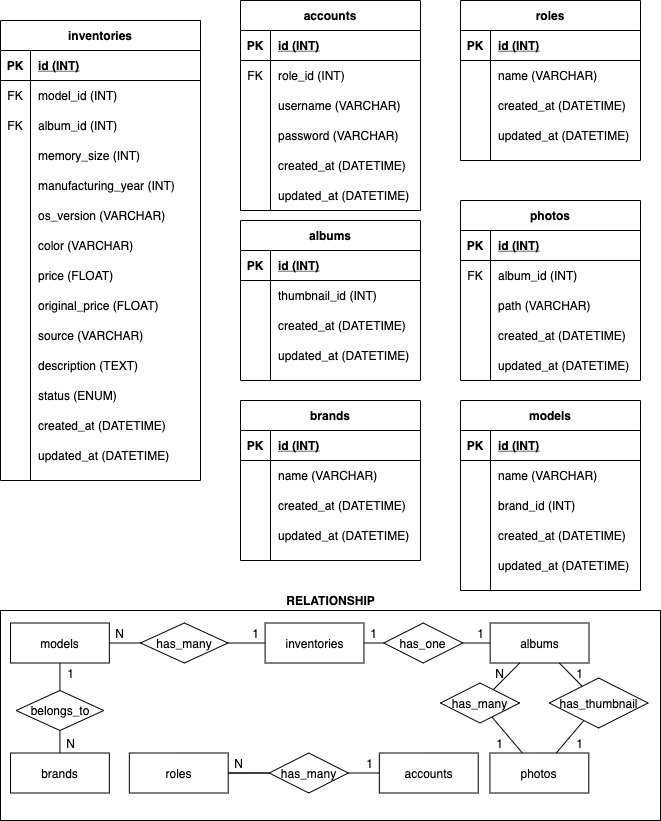
Above: dbdesign/phone_shop_DB.png in ysoseriouz/phone_shop (draw.io), before the change. Source tidied: cells renumbered, new cells last; positions are measured from the earlier drawing's top-left corner, leaving out a move shared by most shapes.
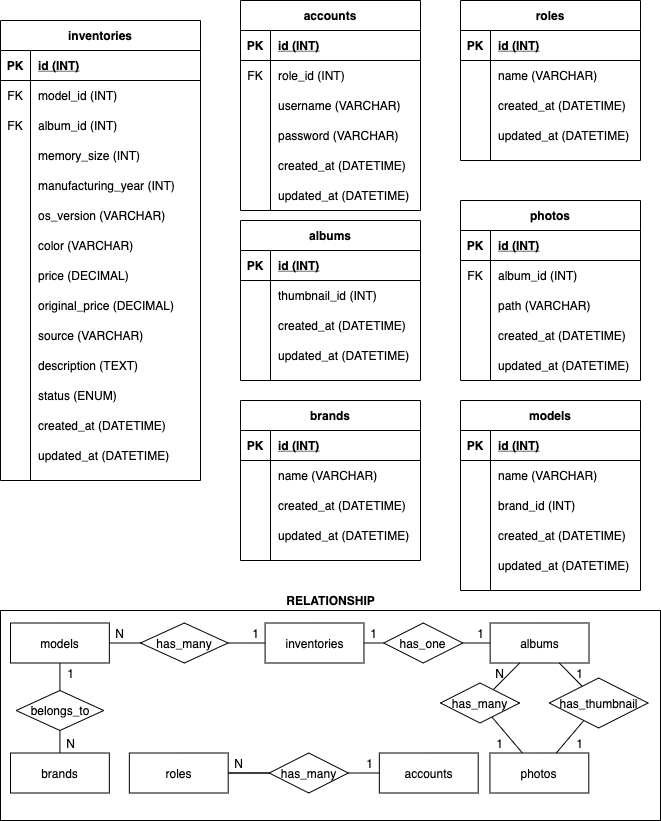
After the change.

Commit message:
Change price to decimal, better than float

The edit, as a diff of the source:
```diff
@@ -284,7 +284,7 @@
     <mxCell id="95" style="shape=partialRectangle;fillColor=none;top=0;left=0;bottom=0;right=0;overflow=hidden;" parent="94" vertex="1">
       <mxGeometry width="30" height="30" as="geometry" />
     </mxCell>
-    <mxCell id="96" value="price (FLOAT)" style="shape=partialRectangle;fillColor=none;top=0;left=0;bottom=0;right=0;align=left;spacingLeft=6;overflow=hidden;" parent="94" vertex="1">
+    <mxCell id="96" value="price (DECIMAL)" style="shape=partialRectangle;fillColor=none;top=0;left=0;bottom=0;right=0;align=left;spacingLeft=6;overflow=hidden;" parent="94" vertex="1">
       <mxGeometry x="30" width="170" height="30" as="geometry" />
     </mxCell>
     <mxCell id="97" style="shape=partialRectangle;fillColor=none;top=0;left=0;bottom=0;right=0;" parent="72" vertex="1">
@@ -293,7 +293,7 @@
     <mxCell id="98" style="shape=partialRectangle;fillColor=none;top=0;left=0;bottom=0;right=0;overflow=hidden;" parent="97" vertex="1">
       <mxGeometry width="30" height="30" as="geometry" />
     </mxCell>
-    <mxCell id="99" value="original_price (FLOAT)" style="shape=partialRectangle;fillColor=none;top=0;left=0;bottom=0;right=0;align=left;spacingLeft=6;overflow=hidden;" parent="97" vertex="1">
+    <mxCell id="99" value="original_price (DECIMAL)" style="shape=partialRectangle;fillColor=none;top=0;left=0;bottom=0;right=0;align=left;spacingLeft=6;overflow=hidden;" parent="97" vertex="1">
       <mxGeometry x="30" width="170" height="30" as="geometry" />
     </mxCell>
     <mxCell id="100" style="shape=partialRectangle;fillColor=none;top=0;left=0;bottom=0;right=0;" parent="72" vertex="1">
```
